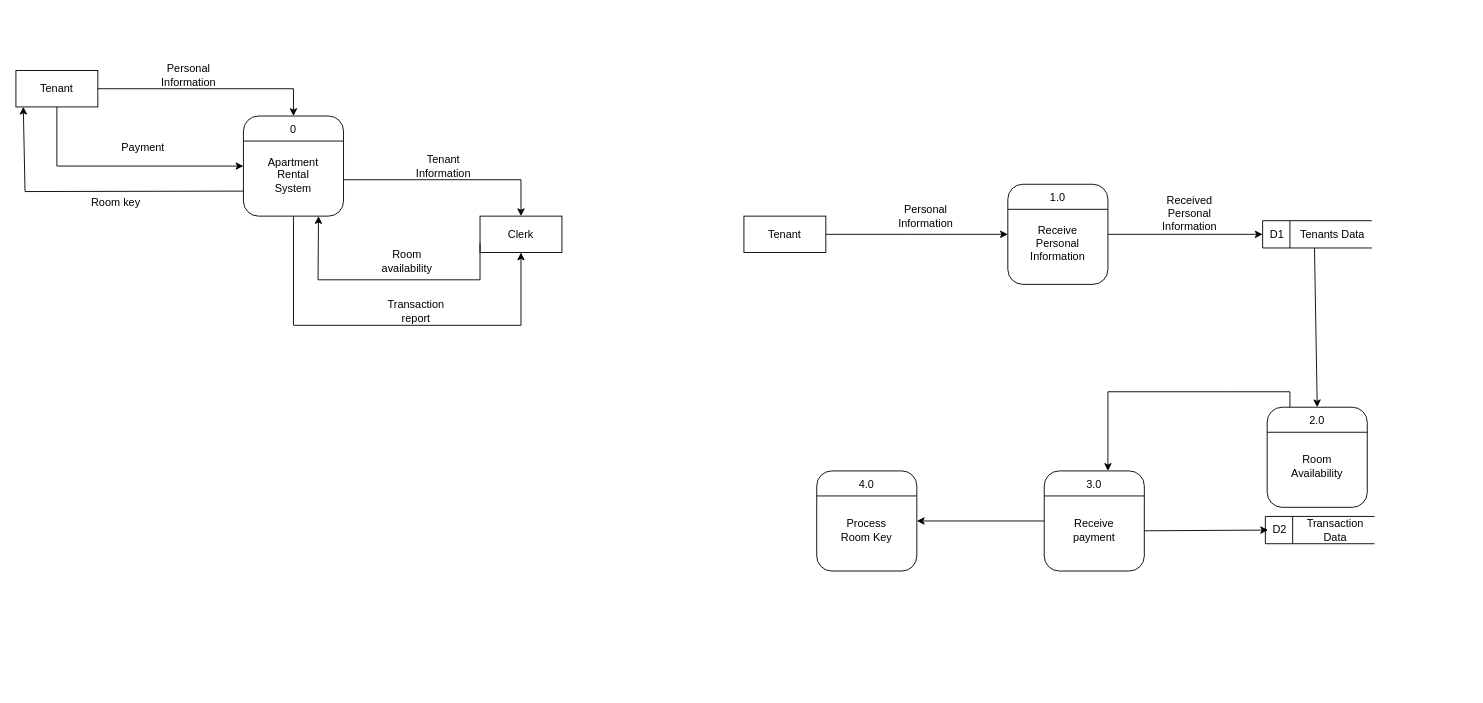
Beskiit/DIAGRAMS keeps this draw.io diagram as DFD.drawio. Above is the earlier version. Source tidied: cells renumbered, new cells numbered last; positions are measured from the earlier drawing's top-left corner, leaving out a move shared by most shapes. Both pictures are drawn from the tidied source at 91%, with x=0, y=0 at pixel (15, 61).
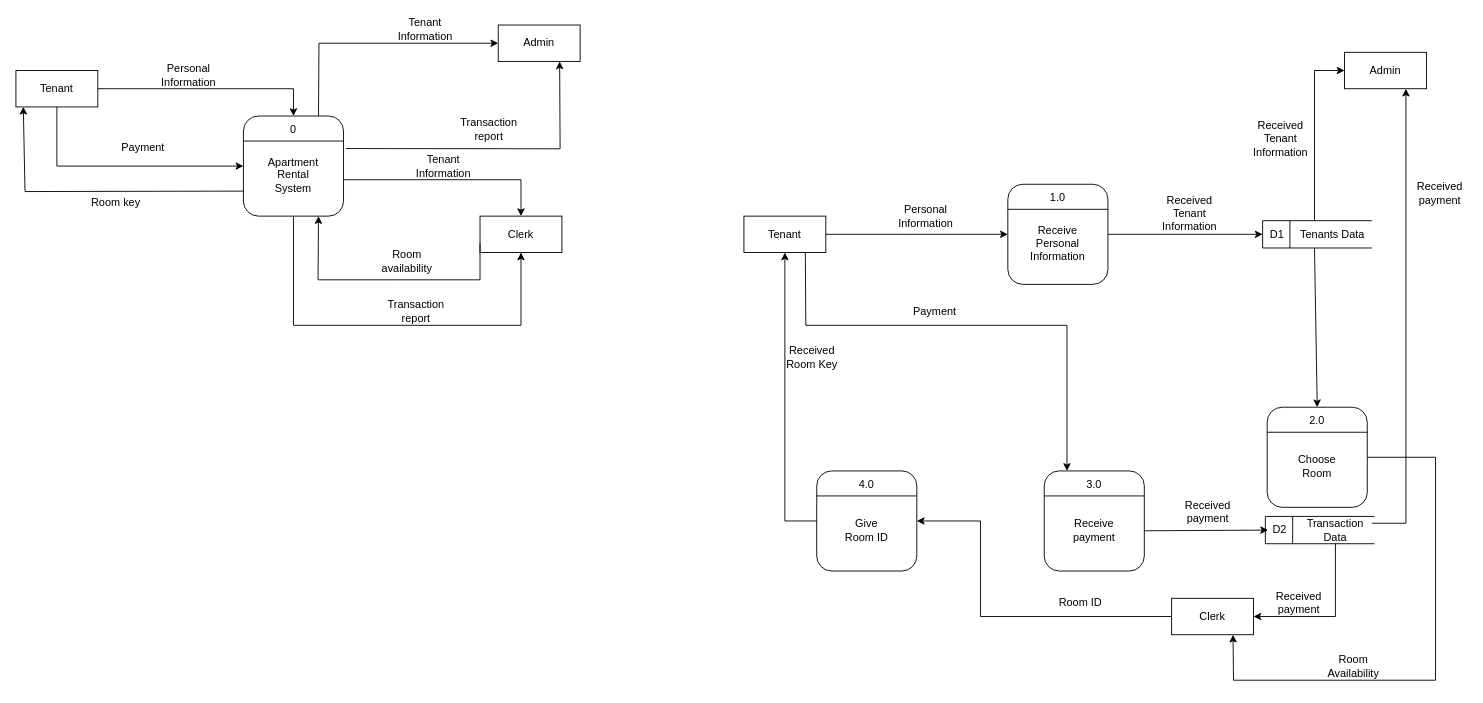
Above is the later version.

The change refers to these unchanged cells:
```xml
<mxCell id="2" style="rounded=1;whiteSpace=wrap;html=1;" parent="1" vertex="1">
  <mxGeometry x="250" y="60" width="110" height="110" as="geometry" />
</mxCell>
<mxCell id="26" style="rounded=0;whiteSpace=wrap;html=1;" parent="1" vertex="1">
  <mxGeometry x="800" y="170" width="90" height="40" as="geometry" />
</mxCell>
<mxCell id="31" value="Tenants Data" style="text;html=1;align=center;verticalAlign=middle;whiteSpace=wrap;rounded=0;" parent="1" vertex="1">
  <mxGeometry x="1407" y="175" width="80" height="30" as="geometry" />
</mxCell>
<mxCell id="35" style="rounded=1;whiteSpace=wrap;html=1;" parent="1" vertex="1">
  <mxGeometry x="1375" y="380" width="110" height="110" as="geometry" />
</mxCell>
<mxCell id="37" value="2.0" style="text;html=1;align=center;verticalAlign=middle;whiteSpace=wrap;rounded=0;" parent="1" vertex="1">
  <mxGeometry x="1400" y="380" width="60" height="30" as="geometry" />
</mxCell>
<mxCell id="40" style="rounded=1;whiteSpace=wrap;html=1;" parent="1" vertex="1">
  <mxGeometry x="1130" y="450" width="110" height="110" as="geometry" />
</mxCell>
<mxCell id="42" value="3.0" style="text;html=1;align=center;verticalAlign=middle;whiteSpace=wrap;rounded=0;" parent="1" vertex="1">
  <mxGeometry x="1155" y="450" width="60" height="30" as="geometry" />
</mxCell>
<mxCell id="45" value="Transaction Data" style="text;html=1;align=center;verticalAlign=middle;whiteSpace=wrap;rounded=0;" parent="1" vertex="1">
  <mxGeometry x="1410" y="500" width="80" height="30" as="geometry" />
</mxCell>
<mxCell id="49" style="rounded=1;whiteSpace=wrap;html=1;" parent="1" vertex="1">
  <mxGeometry x="880" y="450" width="110" height="110" as="geometry" />
</mxCell>
```

Diff of the diagram source:
```diff
@@
-    <mxCell id="34" value="Received&lt;div&gt;Personal Information&lt;/div&gt;" style="text;html=1;align=center;verticalAlign=middle;whiteSpace=wrap;rounded=0;" parent="1" vertex="1">
+    <mxCell id="34" value="Received&lt;div&gt;Tenant&lt;/div&gt;&lt;div&gt;Information&lt;/div&gt;" style="text;html=1;align=center;verticalAlign=middle;whiteSpace=wrap;rounded=0;" parent="1" vertex="1">
       <mxGeometry x="1260" y="152" width="60" height="30" as="geometry" />
     </mxCell>
@@
-    <mxCell id="38" value="Room Availability" style="text;html=1;align=center;verticalAlign=middle;whiteSpace=wrap;rounded=0;" parent="1" vertex="1">
+    <mxCell id="38" value="Choose Room" style="text;html=1;align=center;verticalAlign=middle;whiteSpace=wrap;rounded=0;" parent="1" vertex="1">
       <mxGeometry x="1400" y="430" width="60" height="30" as="geometry" />
     </mxCell>
@@
+    <mxCell id="54" style="edgeStyle=orthogonalEdgeStyle;rounded=0;jettySize=auto;html=1;exitX=1;exitY=0.25;exitDx=0;exitDy=0;entryX=0.75;entryY=1;entryDx=0;entryDy=0;" parent="1" edge="1" source="45" target="73">
+      <mxGeometry relative="1" as="geometry" />
+    </mxCell>
@@
-    <mxCell id="48" style="endArrow=classic;html=1;rounded=0;entryX=0.75;entryY=0;entryDx=0;entryDy=0;exitX=0;exitY=0;exitDx=0;exitDy=0;" parent="1" edge="1" source="37" target="42">
-      <mxGeometry relative="1" as="geometry">
-        <Array as="points">
-          <mxPoint x="1400" y="363" />
-          <mxPoint x="1330" y="363" />
-          <mxPoint x="1200" y="363" />
-        </Array>
-      </mxGeometry>
-    </mxCell>
@@
-    <mxCell id="52" value="Process Room Key" style="text;html=1;align=center;verticalAlign=middle;whiteSpace=wrap;rounded=0;" parent="1" vertex="1">
+    <mxCell id="52" value="Give Room ID" style="text;html=1;align=center;verticalAlign=middle;whiteSpace=wrap;rounded=0;" parent="1" vertex="1">
       <mxGeometry x="905" y="500" width="60" height="30" as="geometry" />
     </mxCell>
-    <mxCell id="53" style="endArrow=classic;html=1;rounded=0;entryX=1;entryY=0.5;entryDx=0;entryDy=0;exitX=0;exitY=0.5;exitDx=0;exitDy=0;" parent="1" edge="1" source="40" target="49">
-      <mxGeometry relative="1" as="geometry" />
+    <mxCell id="53" style="endArrow=classic;html=1;rounded=0;entryX=1;entryY=0.5;entryDx=0;entryDy=0;exitX=0;exitY=0.5;exitDx=0;exitDy=0;" parent="1" edge="1" source="59" target="49">
+      <mxGeometry relative="1" as="geometry">
+        <Array as="points">
+          <mxPoint x="1060" y="610" />
+          <mxPoint x="1060" y="505" />
+        </Array>
+      </mxGeometry>
     </mxCell>
+    <mxCell id="55" value="Received payment" style="text;html=1;align=center;verticalAlign=middle;whiteSpace=wrap;rounded=0;" parent="1" vertex="1">
+      <mxGeometry x="1280" y="480" width="60" height="30" as="geometry" />
+    </mxCell>
+    <mxCell id="56" value="Room ID" style="text;html=1;align=center;verticalAlign=middle;whiteSpace=wrap;rounded=0;" parent="1" vertex="1">
+      <mxGeometry x="1140" y="580" width="60" height="30" as="geometry" />
+    </mxCell>
+    <mxCell id="57" style="endArrow=classic;html=1;rounded=0;entryX=0.5;entryY=1;entryDx=0;entryDy=0;exitX=0;exitY=0.5;exitDx=0;exitDy=0;" parent="1" edge="1" source="49" target="26">
+      <mxGeometry relative="1" as="geometry">
+        <Array as="points">
+          <mxPoint x="845" y="505" />
+        </Array>
+      </mxGeometry>
+    </mxCell>
+    <mxCell id="58" value="Received Room Key" style="text;html=1;align=center;verticalAlign=middle;whiteSpace=wrap;rounded=0;" parent="1" vertex="1">
+      <mxGeometry x="845" y="310" width="60" height="30" as="geometry" />
+    </mxCell>
+    <mxCell id="59" style="rounded=0;whiteSpace=wrap;html=1;" parent="1" vertex="1">
+      <mxGeometry x="1270" y="590" width="90" height="40" as="geometry" />
+    </mxCell>
+    <mxCell id="60" value="Clerk" style="text;html=1;align=center;verticalAlign=middle;whiteSpace=wrap;rounded=0;" parent="1" vertex="1">
+      <mxGeometry x="1285" y="595" width="60" height="30" as="geometry" />
+    </mxCell>
+    <mxCell id="61" style="endArrow=classic;html=1;rounded=0;entryX=0;entryY=0;entryDx=0;entryDy=0;exitX=0.75;exitY=1;exitDx=0;exitDy=0;" parent="1" edge="1" source="26" target="42">
+      <mxGeometry relative="1" as="geometry">
+        <Array as="points">
+          <mxPoint x="868" y="290" />
+          <mxPoint x="1155" y="290" />
+        </Array>
+      </mxGeometry>
+    </mxCell>
+    <mxCell id="62" value="Payment" style="text;html=1;align=center;verticalAlign=middle;whiteSpace=wrap;rounded=0;" parent="1" vertex="1">
+      <mxGeometry x="980" y="260" width="60" height="30" as="geometry" />
+    </mxCell>
+    <mxCell id="63" style="endArrow=classic;html=1;rounded=0;entryX=1;entryY=0.5;entryDx=0;entryDy=0;exitX=0.5;exitY=1;exitDx=0;exitDy=0;" parent="1" edge="1" source="45" target="59">
+      <mxGeometry relative="1" as="geometry">
+        <Array as="points">
+          <mxPoint x="1450" y="610" />
+        </Array>
+      </mxGeometry>
+    </mxCell>
+    <mxCell id="64" value="Received payment" style="text;html=1;align=center;verticalAlign=middle;whiteSpace=wrap;rounded=0;" parent="1" vertex="1">
+      <mxGeometry x="1380" y="580" width="60" height="30" as="geometry" />
+    </mxCell>
+    <mxCell id="65" style="endArrow=classic;html=1;rounded=0;entryX=0.75;entryY=1;entryDx=0;entryDy=0;exitX=1;exitY=0.5;exitDx=0;exitDy=0;" parent="1" edge="1" source="35" target="59">
+      <mxGeometry relative="1" as="geometry">
+        <Array as="points">
+          <mxPoint x="1560" y="435" />
+          <mxPoint x="1560" y="680" />
+          <mxPoint x="1338" y="680" />
+        </Array>
+      </mxGeometry>
+    </mxCell>
+    <mxCell id="66" value="Room&lt;div&gt;Availability&lt;/div&gt;" style="text;html=1;align=center;verticalAlign=middle;whiteSpace=wrap;rounded=0;" parent="1" vertex="1">
+      <mxGeometry x="1440" y="650" width="60" height="30" as="geometry" />
+    </mxCell>
+    <mxCell id="67" style="rounded=0;whiteSpace=wrap;html=1;" parent="1" vertex="1">
+      <mxGeometry x="530" y="-40" width="90" height="40" as="geometry" />
+    </mxCell>
+    <mxCell id="68" value="Admin" style="text;html=1;align=center;verticalAlign=middle;whiteSpace=wrap;rounded=0;" parent="1" vertex="1">
+      <mxGeometry x="545" y="-35" width="60" height="30" as="geometry" />
+    </mxCell>
+    <mxCell id="69" style="endArrow=classic;html=1;rounded=0;exitX=1.023;exitY=0.325;exitDx=0;exitDy=0;exitPerimeter=0;entryX=0.75;entryY=1;entryDx=0;entryDy=0;" parent="1" edge="1" source="2" target="67">
+      <mxGeometry relative="1" as="geometry">
+        <Array as="points">
+          <mxPoint x="598" y="96" />
+        </Array>
+      </mxGeometry>
+    </mxCell>
+    <mxCell id="70" value="Transaction report" style="text;html=1;align=center;verticalAlign=middle;whiteSpace=wrap;rounded=0;" parent="1" vertex="1">
+      <mxGeometry x="490" y="60" width="60" height="30" as="geometry" />
+    </mxCell>
+    <mxCell id="71" style="endArrow=classic;html=1;rounded=0;exitX=0.75;exitY=0;exitDx=0;exitDy=0;entryX=0;entryY=0.5;entryDx=0;entryDy=0;" parent="1" edge="1" source="2" target="67">
+      <mxGeometry relative="1" as="geometry">
+        <Array as="points">
+          <mxPoint x="333" y="-20" />
+        </Array>
+      </mxGeometry>
+    </mxCell>
+    <mxCell id="72" value="Tenant Information" style="text;html=1;align=center;verticalAlign=middle;whiteSpace=wrap;rounded=0;" parent="1" vertex="1">
+      <mxGeometry x="420" y="-50" width="60" height="30" as="geometry" />
+    </mxCell>
+    <mxCell id="73" style="rounded=0;whiteSpace=wrap;html=1;" parent="1" vertex="1">
+      <mxGeometry x="1460" y="-10" width="90" height="40" as="geometry" />
+    </mxCell>
+    <mxCell id="74" value="Admin" style="text;html=1;align=center;verticalAlign=middle;whiteSpace=wrap;rounded=0;" parent="1" vertex="1">
+      <mxGeometry x="1475" y="-5" width="60" height="30" as="geometry" />
+    </mxCell>
+    <mxCell id="75" style="endArrow=classic;html=1;rounded=0;entryX=0;entryY=0.5;entryDx=0;entryDy=0;exitX=0.25;exitY=0;exitDx=0;exitDy=0;" parent="1" edge="1" source="31" target="73">
+      <mxGeometry relative="1" as="geometry">
+        <Array as="points">
+          <mxPoint x="1427" y="10" />
+        </Array>
+      </mxGeometry>
+    </mxCell>
+    <mxCell id="76" value="Received&lt;div&gt;Tenant Information&lt;/div&gt;" style="text;html=1;align=center;verticalAlign=middle;whiteSpace=wrap;rounded=0;" parent="1" vertex="1">
+      <mxGeometry x="1360" y="70" width="60" height="30" as="geometry" />
+    </mxCell>
+    <mxCell id="77" value="Received payment" style="text;html=1;align=center;verticalAlign=middle;whiteSpace=wrap;rounded=0;" parent="1" vertex="1">
+      <mxGeometry x="1535" y="130" width="60" height="30" as="geometry" />
+    </mxCell>
```
